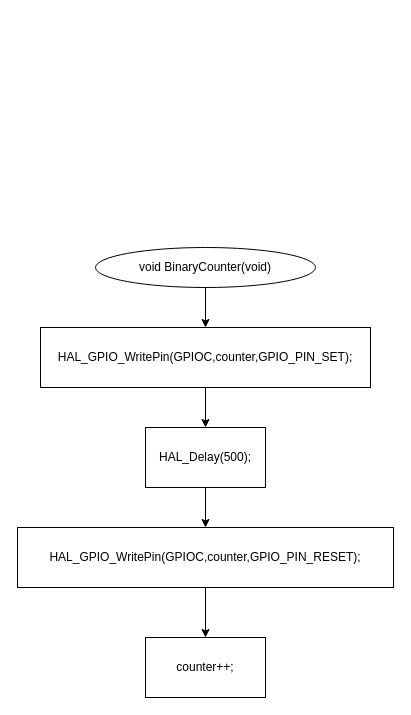
Above: BinaryCounter.drawio in rulgamer03/Mapas (draw.io), before the change. Source tidied: cells renumbered, new cells numbered last; positions are measured from the earlier drawing's top-left corner, leaving out a move shared by most shapes. Both pictures are drawn from the tidied source at 100%, with x=0, y=0 at pixel (17, 247).
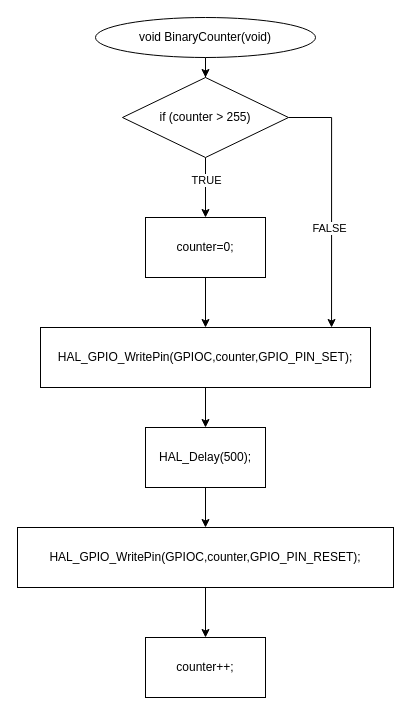
The same diagram, later.

The edit, as a diff of the source:
```diff
@@
 <mxGraphModel>
   <root>
     <mxCell id="0" />
     <mxCell id="1" parent="0" />
-    <mxCell id="2" style="edgeStyle=orthogonalEdgeStyle;rounded=0;jettySize=auto;html=1;entryX=0.5;entryY=0;entryDx=0;entryDy=0;" parent="1" edge="1" source="3" target="5">
-      <mxGeometry relative="1" as="geometry" />
-    </mxCell>
+    <mxCell id="11" style="edgeStyle=orthogonalEdgeStyle;rounded=0;jettySize=auto;html=1;" parent="1" edge="1" source="3" target="16">
+      <mxGeometry relative="1" as="geometry" />
+    </mxCell>
     <mxCell id="3" value="void BinaryCounter(void)" style="ellipse;whiteSpace=wrap;html=1;" parent="1" vertex="1">
-      <mxGeometry x="78" width="220" height="40" as="geometry" />
+      <mxGeometry x="78" y="-230" width="220" height="40" as="geometry" />
     </mxCell>
     <mxCell id="4" style="edgeStyle=orthogonalEdgeStyle;rounded=0;jettySize=auto;html=1;entryX=0.5;entryY=0;entryDx=0;entryDy=0;" parent="1" edge="1" source="5" target="7">
       <mxGeometry relative="1" as="geometry" />
     </mxCell>
     <mxCell id="5" value="HAL_GPIO_WritePin(GPIOC,counter,GPIO_PIN_SET);" style="rounded=0;whiteSpace=wrap;html=1;" parent="1" vertex="1">
       <mxGeometry x="23" y="80" width="330" height="60" as="geometry" />
     </mxCell>
     <mxCell id="6" style="edgeStyle=orthogonalEdgeStyle;rounded=0;jettySize=auto;html=1;" parent="1" edge="1" source="7" target="9">
       <mxGeometry relative="1" as="geometry" />
     </mxCell>
     <mxCell id="7" value="HAL_Delay(500);" style="rounded=0;whiteSpace=wrap;html=1;" parent="1" vertex="1">
       <mxGeometry x="128" y="180" width="120" height="60" as="geometry" />
     </mxCell>
     <mxCell id="8" style="edgeStyle=orthogonalEdgeStyle;rounded=0;jettySize=auto;html=1;entryX=0.5;entryY=0;entryDx=0;entryDy=0;" parent="1" edge="1" source="9" target="10">
       <mxGeometry relative="1" as="geometry" />
     </mxCell>
     <mxCell id="9" value="HAL_GPIO_WritePin(GPIOC,counter,GPIO_PIN_RESET);" style="rounded=0;whiteSpace=wrap;html=1;" parent="1" vertex="1">
       <mxGeometry y="280" width="376" height="60" as="geometry" />
     </mxCell>
     <mxCell id="10" value="counter++;" style="rounded=0;whiteSpace=wrap;html=1;" parent="1" vertex="1">
       <mxGeometry x="128" y="390" width="120" height="60" as="geometry" />
     </mxCell>
+    <mxCell id="12" style="edgeStyle=orthogonalEdgeStyle;rounded=0;jettySize=auto;html=1;" parent="1" edge="1" source="16" target="18">
+      <mxGeometry relative="1" as="geometry" />
+    </mxCell>
+    <mxCell id="13" value="TRUE" style="edgeLabel;html=1;align=center;verticalAlign=middle;" parent="12" vertex="1">
+      <mxGeometry x="-0.26" relative="1" as="geometry" />
+    </mxCell>
+    <mxCell id="14" style="edgeStyle=orthogonalEdgeStyle;rounded=0;jettySize=auto;html=1;entryX=0.882;entryY=0;entryDx=0;entryDy=0;entryPerimeter=0;" parent="1" edge="1" source="16" target="5">
+      <mxGeometry relative="1" as="geometry">
+        <Array as="points">
+          <mxPoint x="314" y="-130" />
+        </Array>
+      </mxGeometry>
+    </mxCell>
+    <mxCell id="15" value="FALSE" style="edgeLabel;html=1;align=center;verticalAlign=middle;" parent="14" vertex="1">
+      <mxGeometry x="0.22" y="-3" relative="1" as="geometry" />
+    </mxCell>
+    <mxCell id="16" value="if (counter &amp;gt; 255)" style="rhombus;whiteSpace=wrap;html=1;" parent="1" vertex="1">
+      <mxGeometry x="105" y="-170" width="166" height="80" as="geometry" />
+    </mxCell>
+    <mxCell id="17" style="edgeStyle=orthogonalEdgeStyle;rounded=0;jettySize=auto;html=1;entryX=0.5;entryY=0;entryDx=0;entryDy=0;" parent="1" edge="1" source="18" target="5">
+      <mxGeometry relative="1" as="geometry" />
+    </mxCell>
+    <mxCell id="18" value="counter=0;" style="rounded=0;whiteSpace=wrap;html=1;" parent="1" vertex="1">
+      <mxGeometry x="128" y="-30" width="120" height="60" as="geometry" />
+    </mxCell>
   </root>
 </mxGraphModel>
```
